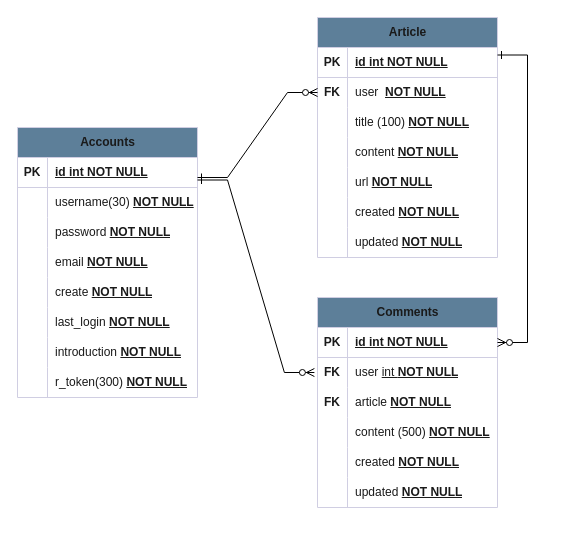
Earlier version of the draw.io diagram 제목 없는 다이어그램.drawio (wodms5355/jaenny_day). Source tidied: cells renumbered, new cells numbered last; positions are measured from the earlier drawing's top-left corner, leaving out a move shared by most shapes. Both pictures are drawn from the tidied source at 100%, with x=0, y=0 at pixel (17, 17).
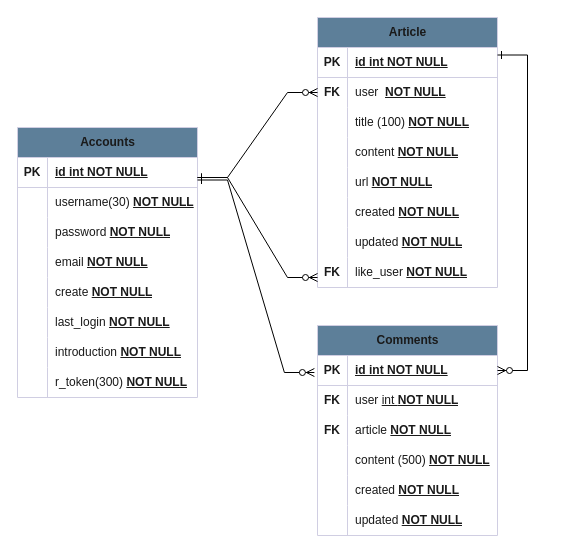
Above is the later version.

Commit message (it also covers changes not shown here):
제목 없는 다이어그램.drawio 업데이트

What changed in the source:
```diff
@@
     <mxCell id="29" value="Article" style="shape=table;startSize=30;childLayout=tableLayout;rowLines=0;fontStyle=1;align=center;html=1;labelBackgroundColor=none;fillColor=#5D7F99;strokeColor=#D0CEE2;fontColor=#1A1A1A;" parent="1" vertex="1">
-      <mxGeometry x="300" width="180" height="240" as="geometry" />
+      <mxGeometry x="300" width="180" height="270" as="geometry" />
     </mxCell>
@@
+    <mxCell id="73" style="shape=tableRow;horizontal=0;startSize=0;swimlaneHead=0;swimlaneBody=0;fillColor=none;top=0;left=0;right=0;bottom=0;labelBackgroundColor=none;strokeColor=#D0CEE2;fontColor=#1A1A1A;" parent="29" vertex="1">
+      <mxGeometry y="240" width="180" height="30" as="geometry" />
+    </mxCell>
+    <mxCell id="74" style="shape=partialRectangle;fillColor=none;top=0;left=0;bottom=0;right=0;overflow=hidden;whiteSpace=wrap;html=1;labelBackgroundColor=none;strokeColor=#D0CEE2;fontColor=#1A1A1A;" parent="73" vertex="1">
+      <mxGeometry width="30" height="30" as="geometry" />
+    </mxCell>
+    <mxCell id="75" value="like_user&amp;nbsp;&lt;span style=&quot;font-weight: 700; text-decoration-line: underline;&quot;&gt;NOT NULL&lt;/span&gt;" style="shape=partialRectangle;fillColor=none;top=0;left=0;bottom=0;right=0;align=left;spacingLeft=6;overflow=hidden;whiteSpace=wrap;html=1;labelBackgroundColor=none;strokeColor=#D0CEE2;fontColor=#1A1A1A;strokeWidth=1;" parent="73" vertex="1">
+      <mxGeometry x="30" width="150" height="30" as="geometry" />
+    </mxCell>
     <mxCell id="51" value="Comments" style="shape=table;startSize=30;childLayout=tableLayout;rowLines=0;fontStyle=1;align=center;html=1;labelBackgroundColor=none;fillColor=#5D7F99;strokeColor=#D0CEE2;fontColor=#1A1A1A;" parent="1" vertex="1">
-      <mxGeometry x="300" y="280" width="180" height="210" as="geometry" />
+      <mxGeometry x="300" y="308" width="180" height="210" as="geometry" />
     </mxCell>
@@
+    <mxCell id="76" value="&lt;b&gt;FK&lt;/b&gt;" style="shape=partialRectangle;fillColor=none;top=0;left=0;bottom=0;right=0;overflow=hidden;whiteSpace=wrap;html=1;labelBackgroundColor=none;strokeColor=#D0CEE2;fontColor=#1A1A1A;" parent="1" vertex="1">
+      <mxGeometry x="300" y="240" width="30" height="30" as="geometry" />
+    </mxCell>
+    <mxCell id="77" style="edgeStyle=entityRelationEdgeStyle;fontSize=12;html=1;endArrow=ERzeroToMany;endFill=1;rounded=0;startArrow=ERone;startFill=0;" parent="1" edge="1">
+      <mxGeometry relative="1" as="geometry">
+        <mxPoint x="180" y="160" as="sourcePoint" />
+        <mxPoint x="300" y="260" as="targetPoint" />
+        <Array as="points">
+          <mxPoint x="200" y="150" />
+          <mxPoint x="200" y="160" />
+        </Array>
+      </mxGeometry>
+    </mxCell>
```
